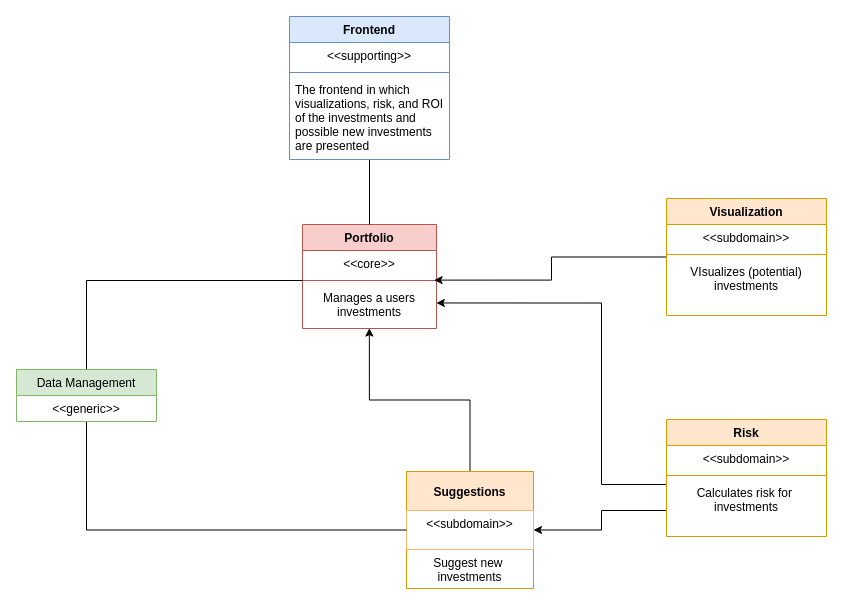
Before: UML/domains.drawio in tkBischoff/PyFolio, a draw.io diagram. Source tidied: cells renumbered, new cells numbered last; positions are measured from the earlier drawing's top-left corner, leaving out a move shared by most shapes. Both pictures are drawn from the tidied source at 100%, with x=0, y=0 at pixel (16, 16).
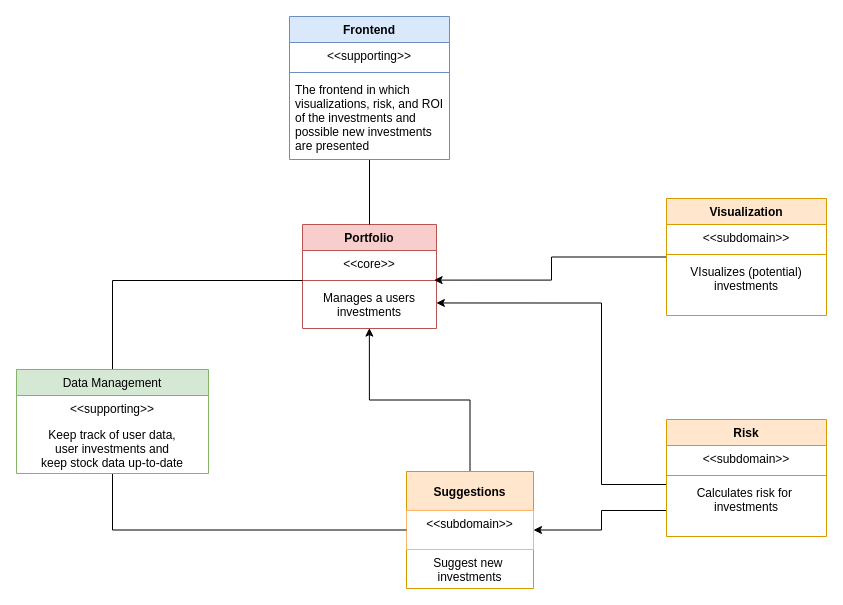
After the change.

The edit, as a diff of the source:
```diff
@@
     <mxCell id="23" value="Data Management" style="swimlane;fontStyle=0;horizontal=1;startSize=26;fillColor=#d5e8d4;rounded=0;labelBackgroundColor=none;labelBorderColor=none;strokeColor=#82b366;html=0;" parent="1" vertex="1">
-      <mxGeometry y="353" width="140" height="52" as="geometry" />
+      <mxGeometry y="353" width="192" height="104" as="geometry" />
     </mxCell>
-    <mxCell id="24" value="&lt;&lt;generic&gt;&gt;" style="text;strokeColor=none;fillColor=none;align=center;verticalAlign=top;spacingLeft=4;spacingRight=4;overflow=hidden;rounded=0;labelBackgroundColor=none;labelBorderColor=none;html=0;" parent="23" vertex="1">
-      <mxGeometry y="26" width="140" height="26" as="geometry" />
+    <mxCell id="24" value="&lt;&lt;supporting&gt;&gt;" style="text;strokeColor=none;fillColor=none;align=center;verticalAlign=top;spacingLeft=4;spacingRight=4;overflow=hidden;rounded=0;labelBackgroundColor=none;labelBorderColor=none;html=0;" parent="23" vertex="1">
+      <mxGeometry y="26" width="192" height="26" as="geometry" />
     </mxCell>
+    <mxCell id="30" value="Keep track of user data,&#10;user investments and&#10;keep stock data up-to-date" style="text;strokeColor=none;fillColor=none;align=center;verticalAlign=top;spacingLeft=4;spacingRight=4;overflow=hidden;rounded=0;labelBackgroundColor=none;labelBorderColor=none;html=0;" parent="23" vertex="1">
+      <mxGeometry y="52" width="192" height="52" as="geometry" />
+    </mxCell>
```
